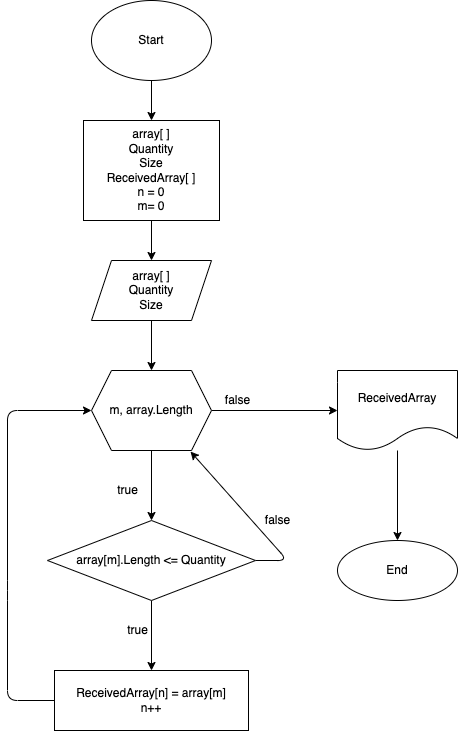
This is Main method.drawio.png from Proninaprodigy/Test-Geek-Brains, a draw.io export, as it was before one commit. Source tidied: cells renumbered, new cells last; positions are measured from the earlier drawing's top-left corner, leaving out a move shared by most shapes.
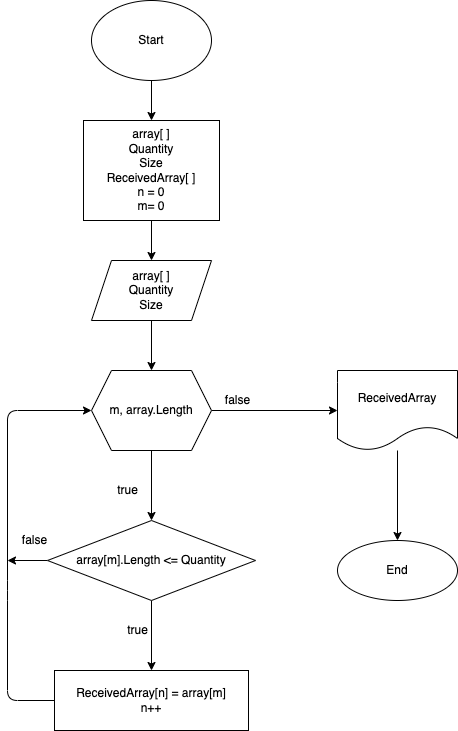
Above is the later version.

Commit message:
Блок-схема метода Counter

What changed in the source:
```diff
@@ -32,13 +32,11 @@
     <mxCell id="11" style="edgeStyle=none;html=1;" parent="1" edge="1" source="13" target="15">
       <mxGeometry relative="1" as="geometry" />
     </mxCell>
-    <mxCell id="12" style="edgeStyle=none;html=1;entryX=0.825;entryY=1.013;entryDx=0;entryDy=0;entryPerimeter=0;exitX=1;exitY=0.5;exitDx=0;exitDy=0;" parent="1" edge="1" source="13" target="10">
-      <mxGeometry relative="1" as="geometry">
-        <Array as="points">
-          <mxPoint x="280" y="560" />
-        </Array>
-      </mxGeometry>
-    </mxCell>
+    <mxCell id="23" style="edgeStyle=none;html=1;" parent="1" edge="1" source="13">
+      <mxGeometry relative="1" as="geometry">
+        <mxPoint y="560" as="targetPoint" />
+      </mxGeometry>
+    </mxCell>
     <mxCell id="13" value="array[m].Length &amp;lt;= Quantity" style="rhombus;whiteSpace=wrap;html=1;" parent="1" vertex="1">
       <mxGeometry x="40" y="520" width="208" height="80" as="geometry" />
     </mxCell>
@@ -60,9 +58,6 @@
     <mxCell id="17" value="true" style="text;html=1;align=center;verticalAlign=middle;strokeColor=none;fillColor=none;" parent="1" vertex="1">
       <mxGeometry x="110" y="620" width="40" height="20" as="geometry" />
     </mxCell>
-    <mxCell id="18" value="false" style="text;html=1;align=center;verticalAlign=middle;strokeColor=none;fillColor=none;" parent="1" vertex="1">
-      <mxGeometry x="250" y="510" width="40" height="20" as="geometry" />
-    </mxCell>
     <mxCell id="19" style="edgeStyle=none;html=1;" parent="1" edge="1" source="20" target="21">
       <mxGeometry relative="1" as="geometry" />
     </mxCell>
@@ -75,5 +70,8 @@
     <mxCell id="22" value="false" style="text;html=1;align=center;verticalAlign=middle;strokeColor=none;fillColor=none;" parent="1" vertex="1">
       <mxGeometry x="210" y="390" width="40" height="20" as="geometry" />
     </mxCell>
+    <mxCell id="18" value="false" style="text;html=1;align=center;verticalAlign=middle;strokeColor=none;fillColor=none;" parent="1" vertex="1">
+      <mxGeometry x="7" y="530" width="40" height="20" as="geometry" />
+    </mxCell>
   </root>
 </mxGraphModel>
```
